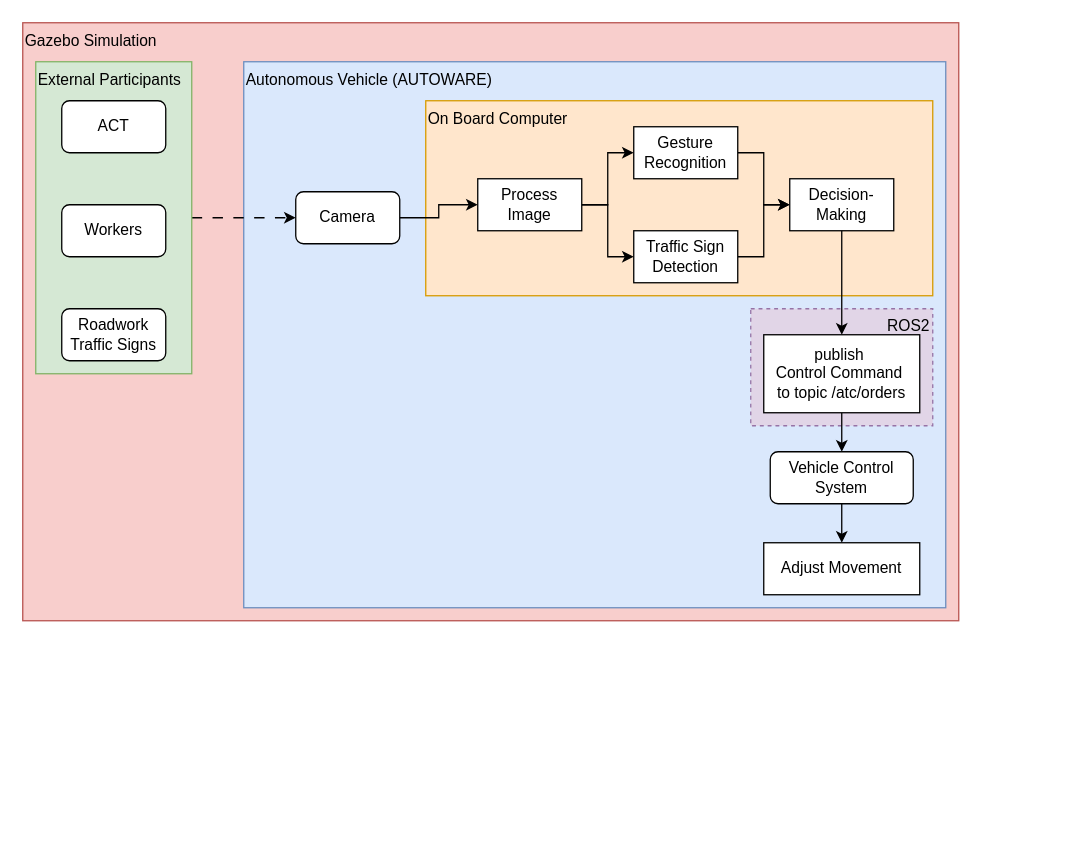
carlosrijo9/ISEP keeps this draw.io diagram as MESCC/2nd_year/1st_semester/IACOS/system_diagram.drawio. Above is the earlier version. Source tidied: cells renumbered, new cells numbered last; positions are measured from the earlier drawing's top-left corner, leaving out a move shared by most shapes. Both pictures are drawn from the tidied source at 130%, with x=0, y=0 at pixel (22, 22).
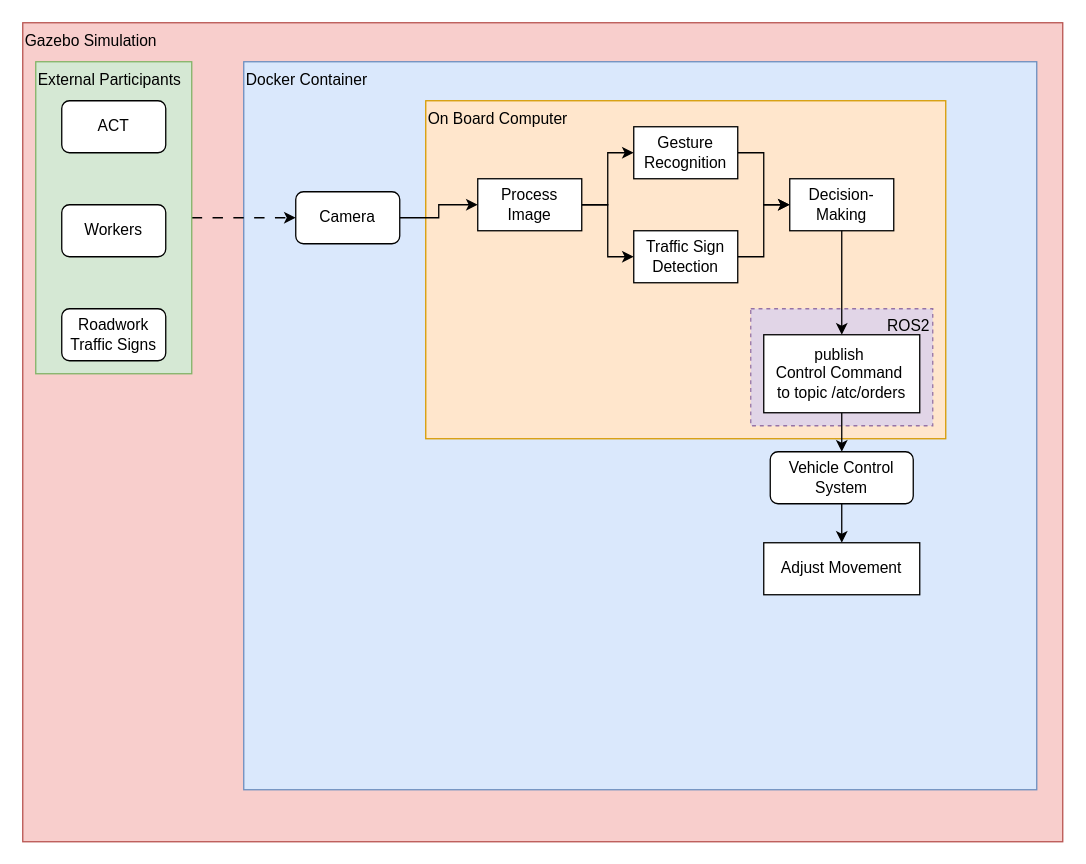
After the change.

What changed in the source:
```diff
@@
     <mxCell id="2" value="Gazebo Simulation" style="rounded=0;whiteSpace=wrap;html=1;fillColor=#f8cecc;verticalAlign=top;align=left;strokeColor=#b85450;" parent="1" vertex="1">
-      <mxGeometry width="720" height="460" as="geometry" />
+      <mxGeometry width="800" height="630" as="geometry" />
     </mxCell>
-    <mxCell id="3" value="Autonomous Vehicle (AUTOWARE)" style="rounded=0;whiteSpace=wrap;html=1;fillColor=#dae8fc;verticalAlign=top;align=left;strokeColor=#6c8ebf;" parent="1" vertex="1">
-      <mxGeometry x="170" y="30" width="540" height="420" as="geometry" />
+    <mxCell id="3" value="Docker Container" style="rounded=0;whiteSpace=wrap;html=1;fillColor=#dae8fc;verticalAlign=top;align=left;strokeColor=#6c8ebf;" parent="1" vertex="1">
+      <mxGeometry x="170" y="30" width="610" height="560" as="geometry" />
     </mxCell>
     <mxCell id="4" value="On Board Computer" style="rounded=0;whiteSpace=wrap;html=1;fillColor=#ffe6cc;verticalAlign=top;align=left;strokeColor=#d79b00;" parent="1" vertex="1">
-      <mxGeometry x="310" y="60" width="390" height="150" as="geometry" />
+      <mxGeometry x="310" y="60" width="400" height="260" as="geometry" />
     </mxCell>
```
